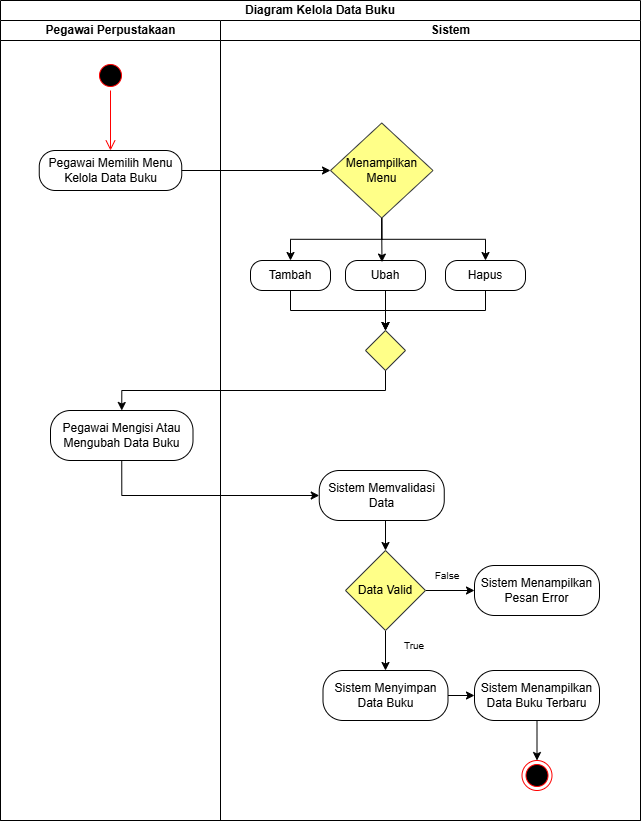
Before: Gambar diagram/Use case-Activity Kelola Data Buku.drawio.png, a diagram exported from draw.io (DikiDrim/FileSkripsi). Source tidied: cells renumbered, new cells last; positions are measured from the earlier drawing's top-left corner, leaving out a move shared by most shapes. Source of this version:
```xml
<mxGraphModel>
  <root>
    <mxCell id="0" />
    <mxCell id="1" parent="0" />
    <mxCell id="2" value="Diagram &lt;span style=&quot;&quot;&gt;Kelola Data Buku&lt;/span&gt;" style="swimlane;html=1;startSize=20;whiteSpace=wrap;" parent="1" vertex="1">
      <mxGeometry width="640" height="820" as="geometry" />
    </mxCell>
    <mxCell id="3" value="Pegawai Perpustakaan" style="swimlane;html=1;startSize=20;" parent="2" vertex="1">
      <mxGeometry y="20" width="220" height="800" as="geometry" />
    </mxCell>
    <mxCell id="4" style="ellipse;html=1;shape=startState;fillColor=#000000;strokeColor=#ff0000;" parent="3" vertex="1">
      <mxGeometry x="95" y="40" width="30" height="30" as="geometry" />
    </mxCell>
    <mxCell id="5" style="edgeStyle=orthogonalEdgeStyle;html=1;verticalAlign=bottom;endArrow=open;endSize=8;strokeColor=#ff0000;rounded=0;" parent="3" edge="1" source="4">
      <mxGeometry relative="1" as="geometry">
        <mxPoint x="110" y="130" as="targetPoint" />
      </mxGeometry>
    </mxCell>
    <mxCell id="6" value="Pegawai Memilih Menu Kelola Data Buku" style="rounded=1;whiteSpace=wrap;html=1;arcSize=40;" parent="3" vertex="1">
      <mxGeometry x="38.8" y="130" width="142.5" height="40" as="geometry" />
    </mxCell>
    <mxCell id="7" value="Pegawai Mengisi Atau Mengubah Data Buku" style="rounded=1;whiteSpace=wrap;html=1;arcSize=40;" parent="3" vertex="1">
      <mxGeometry x="50" y="390" width="142.5" height="50" as="geometry" />
    </mxCell>
    <mxCell id="8" value="&lt;blockquote style=&quot;margin: 0 0 0 40px; border: none; padding: 0px;&quot;&gt;Sistem&lt;/blockquote&gt;" style="swimlane;html=1;startSize=20;swimlaneLine=1;" parent="2" vertex="1">
      <mxGeometry x="220" y="20" width="420" height="800" as="geometry" />
    </mxCell>
    <mxCell id="9" style="edgeStyle=orthogonalEdgeStyle;rounded=0;jettySize=auto;html=1;exitX=0.5;exitY=1;exitDx=0;exitDy=0;entryX=0.5;entryY=0;entryDx=0;entryDy=0;" parent="8" edge="1" source="10" target="14">
      <mxGeometry relative="1" as="geometry" />
    </mxCell>
    <mxCell id="10" value="Sistem Memvalidasi Data" style="rounded=1;whiteSpace=wrap;html=1;arcSize=40;" parent="8" vertex="1">
      <mxGeometry x="98.8" y="450" width="125" height="50" as="geometry" />
    </mxCell>
    <mxCell id="11" value="Sistem Menampilkan Pesan Error" style="rounded=1;whiteSpace=wrap;html=1;arcSize=40;" parent="8" vertex="1">
      <mxGeometry x="254" y="545" width="125" height="50" as="geometry" />
    </mxCell>
    <mxCell id="12" style="edgeStyle=orthogonalEdgeStyle;rounded=0;jettySize=auto;html=1;exitX=1;exitY=0.5;exitDx=0;exitDy=0;entryX=0;entryY=0.5;entryDx=0;entryDy=0;" parent="8" edge="1" source="14" target="11">
      <mxGeometry relative="1" as="geometry" />
    </mxCell>
    <mxCell id="13" style="edgeStyle=orthogonalEdgeStyle;rounded=0;jettySize=auto;html=1;exitX=0.5;exitY=1;exitDx=0;exitDy=0;entryX=0.5;entryY=0;entryDx=0;entryDy=0;" parent="8" edge="1" source="14" target="28">
      <mxGeometry relative="1" as="geometry" />
    </mxCell>
    <mxCell id="14" value="Data Valid" style="rhombus;whiteSpace=wrap;html=1;fillColor=#ffff88;strokeColor=#36393d;" parent="8" vertex="1">
      <mxGeometry x="125" y="530" width="80" height="80" as="geometry" />
    </mxCell>
    <mxCell id="15" style="edgeStyle=orthogonalEdgeStyle;rounded=0;jettySize=auto;html=1;exitX=0.5;exitY=1;exitDx=0;exitDy=0;entryX=0.5;entryY=0;entryDx=0;entryDy=0;" parent="8" edge="1" source="17" target="23">
      <mxGeometry relative="1" as="geometry" />
    </mxCell>
    <mxCell id="16" style="edgeStyle=orthogonalEdgeStyle;rounded=0;jettySize=auto;html=1;exitX=0.5;exitY=1;exitDx=0;exitDy=0;entryX=0.5;entryY=0;entryDx=0;entryDy=0;" parent="8" edge="1" source="17" target="21">
      <mxGeometry relative="1" as="geometry" />
    </mxCell>
    <mxCell id="17" value="Menampilkan Menu" style="rhombus;whiteSpace=wrap;html=1;fillColor=#ffff88;strokeColor=#36393d;" parent="8" vertex="1">
      <mxGeometry x="110" y="102.5" width="102.5" height="95" as="geometry" />
    </mxCell>
    <mxCell id="18" style="edgeStyle=orthogonalEdgeStyle;rounded=0;jettySize=auto;html=1;exitX=0.5;exitY=1;exitDx=0;exitDy=0;entryX=0.5;entryY=0;entryDx=0;entryDy=0;" parent="8" edge="1" source="19" target="25">
      <mxGeometry relative="1" as="geometry" />
    </mxCell>
    <mxCell id="19" value="Ubah" style="rounded=1;whiteSpace=wrap;html=1;arcSize=40;" parent="8" vertex="1">
      <mxGeometry x="125" y="240" width="80" height="30" as="geometry" />
    </mxCell>
    <mxCell id="20" style="edgeStyle=orthogonalEdgeStyle;rounded=0;jettySize=auto;html=1;exitX=0.5;exitY=1;exitDx=0;exitDy=0;entryX=0.5;entryY=0;entryDx=0;entryDy=0;" parent="8" edge="1" source="21" target="25">
      <mxGeometry relative="1" as="geometry" />
    </mxCell>
    <mxCell id="21" value="Hapus" style="rounded=1;whiteSpace=wrap;html=1;arcSize=40;" parent="8" vertex="1">
      <mxGeometry x="225" y="240" width="80" height="30" as="geometry" />
    </mxCell>
    <mxCell id="22" style="edgeStyle=orthogonalEdgeStyle;rounded=0;jettySize=auto;html=1;exitX=0.5;exitY=1;exitDx=0;exitDy=0;entryX=0.5;entryY=0;entryDx=0;entryDy=0;" parent="8" edge="1" source="23" target="25">
      <mxGeometry relative="1" as="geometry" />
    </mxCell>
    <mxCell id="23" value="Tambah" style="rounded=1;whiteSpace=wrap;html=1;arcSize=40;" parent="8" vertex="1">
      <mxGeometry x="30" y="240" width="80" height="30" as="geometry" />
    </mxCell>
    <mxCell id="24" style="edgeStyle=orthogonalEdgeStyle;rounded=0;jettySize=auto;html=1;exitX=0.5;exitY=1;exitDx=0;exitDy=0;entryX=0.456;entryY=0.053;entryDx=0;entryDy=0;entryPerimeter=0;" parent="8" edge="1" source="17" target="19">
      <mxGeometry relative="1" as="geometry" />
    </mxCell>
    <mxCell id="25" style="rhombus;whiteSpace=wrap;html=1;fillColor=#ffff88;strokeColor=#36393d;" parent="8" vertex="1">
      <mxGeometry x="145" y="310" width="40" height="40" as="geometry" />
    </mxCell>
    <mxCell id="26" value="&lt;font style=&quot;font-size: 10px;&quot;&gt;False&lt;/font&gt;" style="text;html=1;whiteSpace=wrap;strokeColor=none;fillColor=none;align=center;verticalAlign=middle;rounded=0;" parent="8" vertex="1">
      <mxGeometry x="197" y="540" width="60" height="30" as="geometry" />
    </mxCell>
    <mxCell id="27" style="edgeStyle=orthogonalEdgeStyle;rounded=0;jettySize=auto;html=1;exitX=1;exitY=0.5;exitDx=0;exitDy=0;" parent="8" edge="1" source="28" target="31">
      <mxGeometry relative="1" as="geometry" />
    </mxCell>
    <mxCell id="28" value="Sistem Menyimpan Data Buku" style="rounded=1;whiteSpace=wrap;html=1;arcSize=40;" parent="8" vertex="1">
      <mxGeometry x="102.5" y="650" width="125" height="50" as="geometry" />
    </mxCell>
    <mxCell id="29" value="&lt;span style=&quot;font-size: 10px;&quot;&gt;True&lt;/span&gt;" style="text;html=1;whiteSpace=wrap;strokeColor=none;fillColor=none;align=center;verticalAlign=middle;rounded=0;" parent="8" vertex="1">
      <mxGeometry x="163.8" y="610" width="60" height="30" as="geometry" />
    </mxCell>
    <mxCell id="30" style="rounded=0;jettySize=auto;html=1;exitX=0.5;exitY=1;exitDx=0;exitDy=0;entryX=0.5;entryY=0;entryDx=0;entryDy=0;" parent="8" edge="1" source="31" target="32">
      <mxGeometry relative="1" as="geometry" />
    </mxCell>
    <mxCell id="31" value="Sistem Menampilkan Data Buku Terbaru" style="rounded=1;whiteSpace=wrap;html=1;arcSize=40;" parent="8" vertex="1">
      <mxGeometry x="254" y="650" width="125" height="50" as="geometry" />
    </mxCell>
    <mxCell id="32" style="ellipse;html=1;shape=endState;fillColor=#000000;strokeColor=#ff0000;" parent="8" vertex="1">
      <mxGeometry x="301.5" y="740" width="30" height="30" as="geometry" />
    </mxCell>
    <mxCell id="33" style="rounded=0;jettySize=auto;html=1;exitX=1;exitY=0.5;exitDx=0;exitDy=0;entryX=0;entryY=0.5;entryDx=0;entryDy=0;" parent="2" edge="1" source="6" target="17">
      <mxGeometry relative="1" as="geometry" />
    </mxCell>
    <mxCell id="34" style="edgeStyle=orthogonalEdgeStyle;rounded=0;jettySize=auto;html=1;exitX=0.5;exitY=1;exitDx=0;exitDy=0;entryX=0.5;entryY=0;entryDx=0;entryDy=0;" parent="2" edge="1" source="25" target="7">
      <mxGeometry relative="1" as="geometry" />
    </mxCell>
    <mxCell id="35" style="edgeStyle=orthogonalEdgeStyle;rounded=0;jettySize=auto;html=1;exitX=0.5;exitY=1;exitDx=0;exitDy=0;entryX=0;entryY=0.5;entryDx=0;entryDy=0;" parent="2" edge="1" source="7" target="10">
      <mxGeometry relative="1" as="geometry" />
    </mxCell>
  </root>
</mxGraphModel>
```
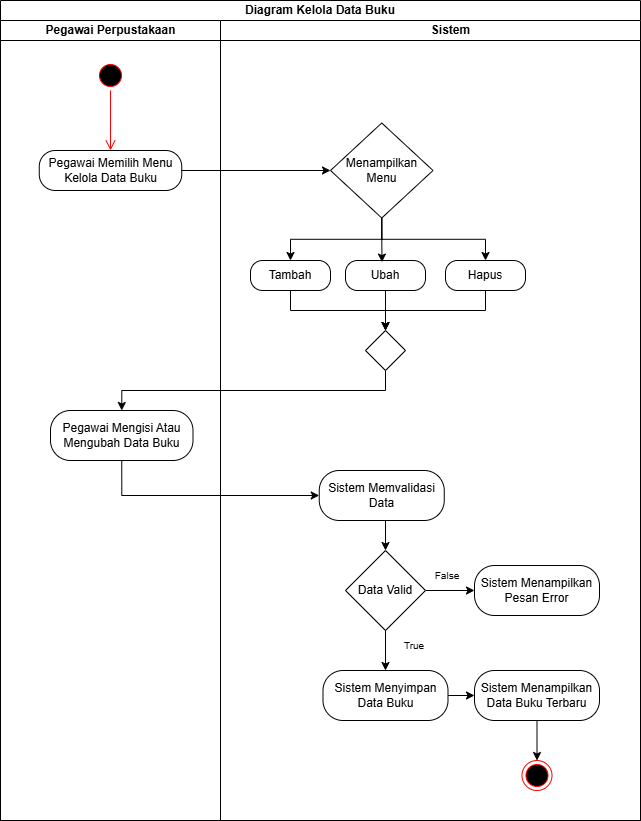
The same diagram one commit later.

Change to the diagram source:
```diff
@@ -40,7 +40,7 @@
     <mxCell id="13" style="edgeStyle=orthogonalEdgeStyle;rounded=0;jettySize=auto;html=1;exitX=0.5;exitY=1;exitDx=0;exitDy=0;entryX=0.5;entryY=0;entryDx=0;entryDy=0;" parent="8" edge="1" source="14" target="28">
       <mxGeometry relative="1" as="geometry" />
     </mxCell>
-    <mxCell id="14" value="Data Valid" style="rhombus;whiteSpace=wrap;html=1;fillColor=#ffff88;strokeColor=#36393d;" parent="8" vertex="1">
+    <mxCell id="14" value="Data Valid" style="rhombus;whiteSpace=wrap;html=1;" parent="8" vertex="1">
       <mxGeometry x="125" y="530" width="80" height="80" as="geometry" />
     </mxCell>
     <mxCell id="15" style="edgeStyle=orthogonalEdgeStyle;rounded=0;jettySize=auto;html=1;exitX=0.5;exitY=1;exitDx=0;exitDy=0;entryX=0.5;entryY=0;entryDx=0;entryDy=0;" parent="8" edge="1" source="17" target="23">
@@ -49,7 +49,7 @@
     <mxCell id="16" style="edgeStyle=orthogonalEdgeStyle;rounded=0;jettySize=auto;html=1;exitX=0.5;exitY=1;exitDx=0;exitDy=0;entryX=0.5;entryY=0;entryDx=0;entryDy=0;" parent="8" edge="1" source="17" target="21">
       <mxGeometry relative="1" as="geometry" />
     </mxCell>
-    <mxCell id="17" value="Menampilkan Menu" style="rhombus;whiteSpace=wrap;html=1;fillColor=#ffff88;strokeColor=#36393d;" parent="8" vertex="1">
+    <mxCell id="17" value="Menampilkan Menu" style="rhombus;whiteSpace=wrap;html=1;" parent="8" vertex="1">
       <mxGeometry x="110" y="102.5" width="102.5" height="95" as="geometry" />
     </mxCell>
     <mxCell id="18" style="edgeStyle=orthogonalEdgeStyle;rounded=0;jettySize=auto;html=1;exitX=0.5;exitY=1;exitDx=0;exitDy=0;entryX=0.5;entryY=0;entryDx=0;entryDy=0;" parent="8" edge="1" source="19" target="25">
@@ -73,7 +73,7 @@
     <mxCell id="24" style="edgeStyle=orthogonalEdgeStyle;rounded=0;jettySize=auto;html=1;exitX=0.5;exitY=1;exitDx=0;exitDy=0;entryX=0.456;entryY=0.053;entryDx=0;entryDy=0;entryPerimeter=0;" parent="8" edge="1" source="17" target="19">
       <mxGeometry relative="1" as="geometry" />
     </mxCell>
-    <mxCell id="25" style="rhombus;whiteSpace=wrap;html=1;fillColor=#ffff88;strokeColor=#36393d;" parent="8" vertex="1">
+    <mxCell id="25" style="rhombus;whiteSpace=wrap;html=1;" parent="8" vertex="1">
       <mxGeometry x="145" y="310" width="40" height="40" as="geometry" />
     </mxCell>
     <mxCell id="26" value="&lt;font style=&quot;font-size: 10px;&quot;&gt;False&lt;/font&gt;" style="text;html=1;whiteSpace=wrap;strokeColor=none;fillColor=none;align=center;verticalAlign=middle;rounded=0;" parent="8" vertex="1">
```
